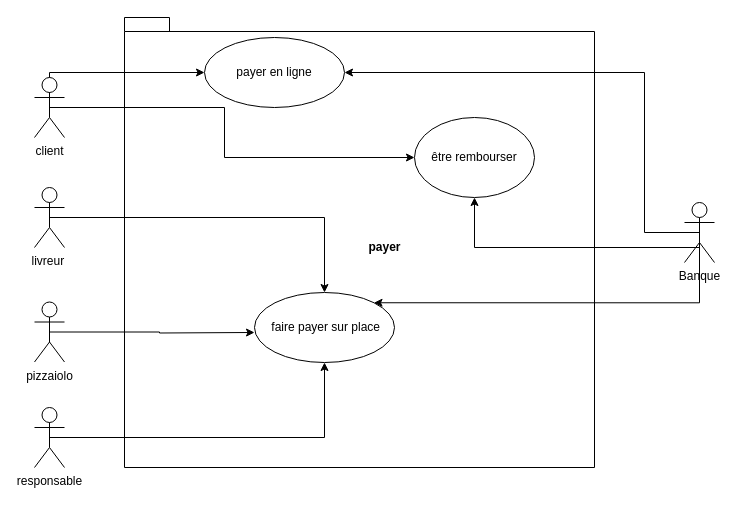
This is page "package payer" (5 of 7) of diagrammes réunis.drawio from robindauteuil/Diagramme_UML, a draw.io file, before an edit. Source tidied: cells renumbered, new cells numbered last; positions are measured from the earlier drawing's top-left corner, leaving out a move shared by most shapes. Both pictures are drawn from the tidied source at 100%, with x=0, y=0 at pixel (34, 17).
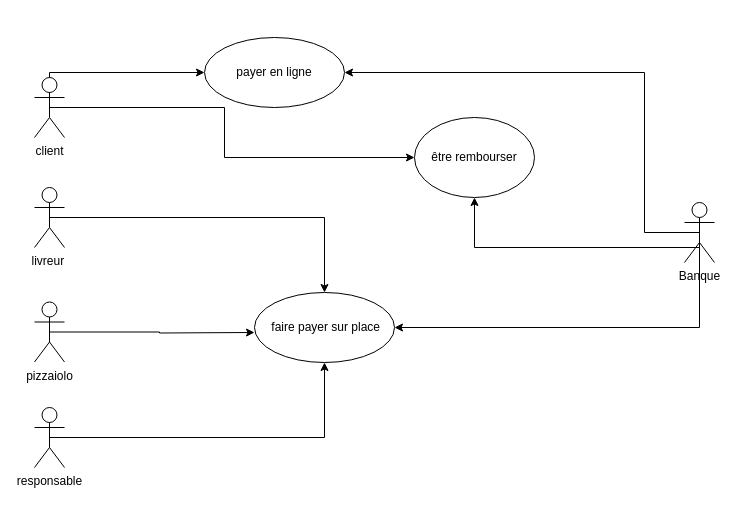
The same diagram, later.

The change refers to these unchanged cells:
```xml
<mxCell id="4" value="&amp;nbsp;faire payer sur place" style="ellipse;whiteSpace=wrap;html=1;" parent="1" vertex="1">
  <mxGeometry x="220" y="275" width="140" height="70" as="geometry" />
</mxCell>
<mxCell id="18" value="Banque" style="shape=umlActor;verticalLabelPosition=bottom;verticalAlign=top;html=1;" parent="1" vertex="1">
  <mxGeometry x="650" y="185" width="30" height="60" as="geometry" />
</mxCell>
```

Diff of the diagram source:
```diff
@@
-    <mxCell id="2" value="&amp;nbsp; &amp;nbsp; &amp;nbsp; &amp;nbsp; &amp;nbsp; &amp;nbsp; &amp;nbsp; &amp;nbsp;payer" style="shape=folder;fontStyle=1;spacingTop=10;tabWidth=40;tabHeight=14;tabPosition=left;html=1;" parent="1" vertex="1">
-      <mxGeometry x="90" width="470" height="450" as="geometry" />
-    </mxCell>
@@
-    <mxCell id="17" style="edgeStyle=orthogonalEdgeStyle;rounded=0;jettySize=auto;html=1;exitX=0.5;exitY=0.5;exitDx=0;exitDy=0;exitPerimeter=0;entryX=1;entryY=0;entryDx=0;entryDy=0;" parent="1" edge="1" source="18" target="4">
+    <mxCell id="17" style="edgeStyle=orthogonalEdgeStyle;rounded=0;jettySize=auto;html=1;exitX=0.5;exitY=0.5;exitDx=0;exitDy=0;exitPerimeter=0;entryX=1;entryY=0.5;entryDx=0;entryDy=0;" parent="1" edge="1" source="18" target="4">
       <mxGeometry relative="1" as="geometry">
         <Array as="points">
-          <mxPoint x="665" y="285" />
+          <mxPoint x="665" y="310" />
         </Array>
       </mxGeometry>
     </mxCell>
```
